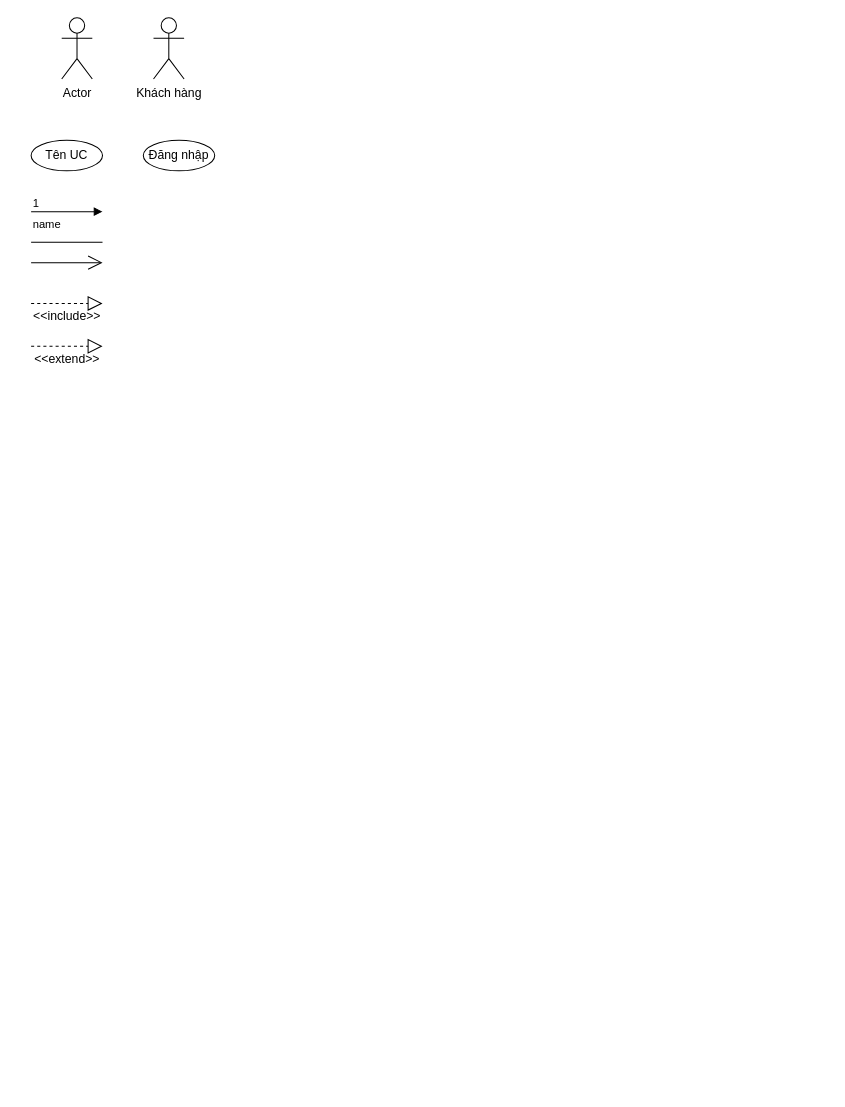
Before: UCdiagram.drawio in duyviet2101/PTTKHT, a draw.io diagram. Source tidied: cells renumbered, new cells numbered last; positions are measured from the earlier drawing's top-left corner, leaving out a move shared by most shapes. Both pictures are drawn from the tidied source at 102%, with x=0, y=0 at pixel (20, 17).
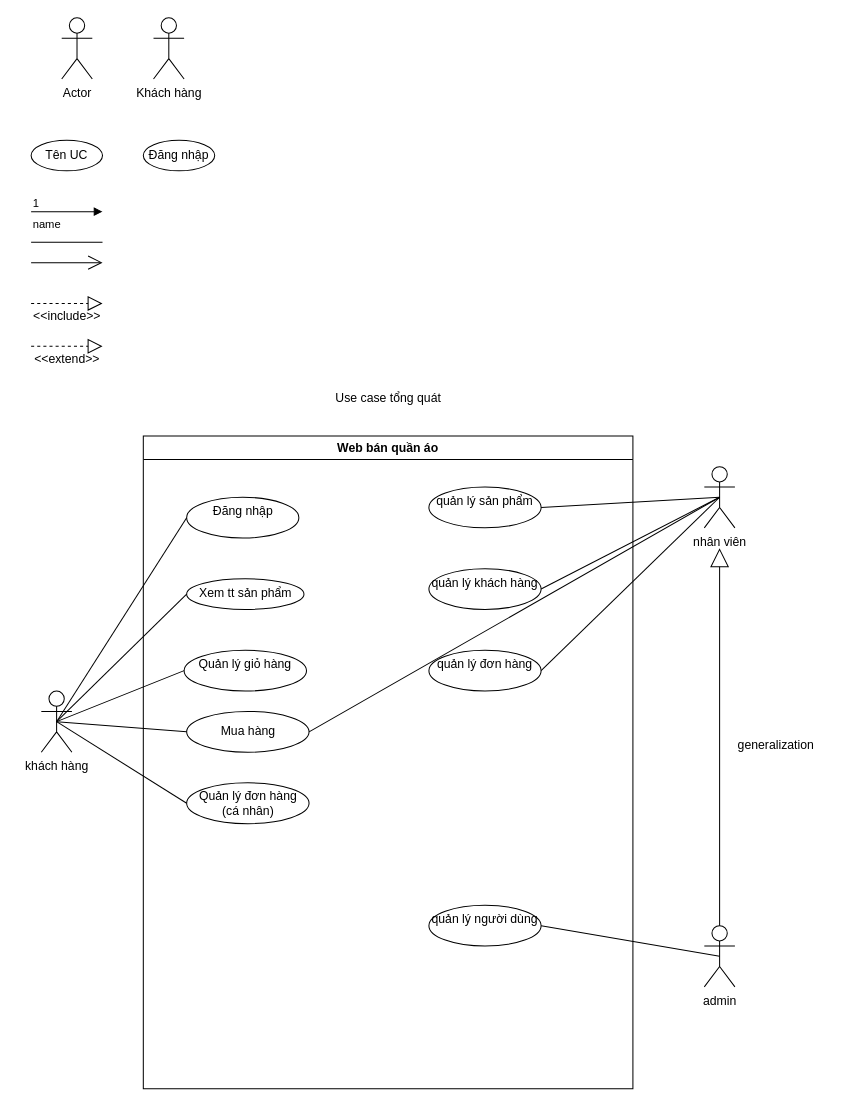
Above is the later version.

What changed in the source:
```diff
@@
+    <mxCell id="14" value="Web bán quần áo" style="swimlane;" parent="1" vertex="1">
+      <mxGeometry x="120" y="410" width="480" height="640" as="geometry" />
+    </mxCell>
+    <mxCell id="15" value="Đăng nhập" style="ellipse;whiteSpace=wrap;html=1;verticalAlign=top;" parent="14" vertex="1">
+      <mxGeometry x="42.5" y="60" width="110" height="40" as="geometry" />
+    </mxCell>
+    <mxCell id="16" value="Xem tt sản phẩm" style="ellipse;whiteSpace=wrap;html=1;verticalAlign=top;" parent="14" vertex="1">
+      <mxGeometry x="42.5" y="140" width="115" height="30" as="geometry" />
+    </mxCell>
+    <mxCell id="17" value="Quản lý giỏ hàng" style="ellipse;whiteSpace=wrap;html=1;verticalAlign=top;" parent="14" vertex="1">
+      <mxGeometry x="40" y="210" width="120" height="40" as="geometry" />
+    </mxCell>
+    <mxCell id="18" value="Mua hàng" style="ellipse;whiteSpace=wrap;html=1;" parent="14" vertex="1">
+      <mxGeometry x="42.5" y="270" width="120" height="40" as="geometry" />
+    </mxCell>
+    <mxCell id="19" value="Quản lý đơn hàng&lt;div&gt;(cá nhân)&lt;/div&gt;" style="ellipse;whiteSpace=wrap;html=1;" parent="14" vertex="1">
+      <mxGeometry x="42.5" y="340" width="120" height="40" as="geometry" />
+    </mxCell>
+    <mxCell id="20" value="quản lý sản phẩm" style="ellipse;whiteSpace=wrap;html=1;verticalAlign=top;" parent="14" vertex="1">
+      <mxGeometry x="280" y="50" width="110" height="40" as="geometry" />
+    </mxCell>
+    <mxCell id="21" value="quản lý khách hàng" style="ellipse;whiteSpace=wrap;html=1;verticalAlign=top;" parent="14" vertex="1">
+      <mxGeometry x="280" y="130" width="110" height="40" as="geometry" />
+    </mxCell>
+    <mxCell id="22" value="quản lý đơn hàng" style="ellipse;whiteSpace=wrap;html=1;verticalAlign=top;" parent="14" vertex="1">
+      <mxGeometry x="280" y="210" width="110" height="40" as="geometry" />
+    </mxCell>
+    <mxCell id="23" value="quản lý người dùng" style="ellipse;whiteSpace=wrap;html=1;verticalAlign=top;" parent="14" vertex="1">
+      <mxGeometry x="280" y="460" width="110" height="40" as="geometry" />
+    </mxCell>
+    <mxCell id="24" value="nhân viên" style="shape=umlActor;verticalLabelPosition=bottom;verticalAlign=top;html=1;outlineConnect=0;" parent="1" vertex="1">
+      <mxGeometry x="670" y="440" width="30" height="60" as="geometry" />
+    </mxCell>
+    <mxCell id="25" value="admin" style="shape=umlActor;verticalLabelPosition=bottom;verticalAlign=top;html=1;outlineConnect=0;" parent="1" vertex="1">
+      <mxGeometry x="670" y="890" width="30" height="60" as="geometry" />
+    </mxCell>
+    <mxCell id="26" value="khách hàng" style="shape=umlActor;verticalLabelPosition=bottom;verticalAlign=top;html=1;outlineConnect=0;" parent="1" vertex="1">
+      <mxGeometry x="20" y="660" width="30" height="60" as="geometry" />
+    </mxCell>
+    <mxCell id="27" value="Use case tổng quát" style="text;html=1;align=center;verticalAlign=middle;strokeColor=none;fillColor=none;" parent="1" vertex="1">
+      <mxGeometry x="295" y="358" width="130" height="30" as="geometry" />
+    </mxCell>
+    <mxCell id="28" style="endArrow=none;html=1;rounded=0;entryX=0;entryY=0.5;entryDx=0;entryDy=0;exitX=0.5;exitY=0.5;exitDx=0;exitDy=0;exitPerimeter=0;" parent="1" edge="1" source="26" target="15">
+      <mxGeometry relative="1" as="geometry" />
+    </mxCell>
+    <mxCell id="29" style="endArrow=none;html=1;rounded=0;entryX=0;entryY=0.5;entryDx=0;entryDy=0;exitX=0.5;exitY=0.5;exitDx=0;exitDy=0;exitPerimeter=0;" parent="1" edge="1" source="26" target="16">
+      <mxGeometry relative="1" as="geometry" />
+    </mxCell>
+    <mxCell id="30" style="endArrow=none;html=1;rounded=0;entryX=0;entryY=0.5;entryDx=0;entryDy=0;exitX=0.5;exitY=0.5;exitDx=0;exitDy=0;exitPerimeter=0;" parent="1" edge="1" source="26" target="17">
+      <mxGeometry relative="1" as="geometry" />
+    </mxCell>
+    <mxCell id="31" style="endArrow=none;html=1;rounded=0;entryX=0;entryY=0.5;entryDx=0;entryDy=0;exitX=0.5;exitY=0.5;exitDx=0;exitDy=0;exitPerimeter=0;" parent="1" edge="1" source="26" target="18">
+      <mxGeometry relative="1" as="geometry" />
+    </mxCell>
+    <mxCell id="32" style="endArrow=none;html=1;rounded=0;entryX=0;entryY=0.5;entryDx=0;entryDy=0;exitX=0.5;exitY=0.5;exitDx=0;exitDy=0;exitPerimeter=0;" parent="1" edge="1" source="26" target="19">
+      <mxGeometry relative="1" as="geometry" />
+    </mxCell>
+    <mxCell id="33" style="endArrow=none;html=1;rounded=0;entryX=0.5;entryY=0.5;entryDx=0;entryDy=0;entryPerimeter=0;exitX=1;exitY=0.5;exitDx=0;exitDy=0;" parent="1" edge="1" source="20" target="24">
+      <mxGeometry relative="1" as="geometry" />
+    </mxCell>
+    <mxCell id="34" style="endArrow=none;html=1;rounded=0;entryX=0.5;entryY=0.5;entryDx=0;entryDy=0;entryPerimeter=0;exitX=1;exitY=0.5;exitDx=0;exitDy=0;" parent="1" edge="1" source="21" target="24">
+      <mxGeometry relative="1" as="geometry" />
+    </mxCell>
+    <mxCell id="35" style="endArrow=none;html=1;rounded=0;entryX=0.5;entryY=0.5;entryDx=0;entryDy=0;entryPerimeter=0;exitX=1;exitY=0.5;exitDx=0;exitDy=0;" parent="1" edge="1" source="22" target="24">
+      <mxGeometry relative="1" as="geometry" />
+    </mxCell>
+    <mxCell id="36" style="endArrow=none;html=1;rounded=0;entryX=0.5;entryY=0.5;entryDx=0;entryDy=0;entryPerimeter=0;exitX=1;exitY=0.5;exitDx=0;exitDy=0;" parent="1" edge="1" source="23" target="25">
+      <mxGeometry relative="1" as="geometry" />
+    </mxCell>
+    <mxCell id="37" style="endArrow=block;endSize=16;endFill=0;html=1;rounded=0;exitX=0.5;exitY=0;exitDx=0;exitDy=0;exitPerimeter=0;" parent="1" edge="1" source="25">
+      <mxGeometry relative="1" as="geometry">
+        <mxPoint x="685" y="520" as="targetPoint" />
+      </mxGeometry>
+    </mxCell>
+    <mxCell id="38" style="endArrow=none;html=1;rounded=0;entryX=0.5;entryY=0.5;entryDx=0;entryDy=0;entryPerimeter=0;exitX=1;exitY=0.5;exitDx=0;exitDy=0;" parent="1" edge="1" source="18" target="24">
+      <mxGeometry relative="1" as="geometry" />
+    </mxCell>
+    <mxCell id="39" value="generalization" style="text;html=1;align=center;verticalAlign=middle;strokeColor=none;fillColor=none;" parent="1" vertex="1">
+      <mxGeometry x="690" y="698" width="100" height="30" as="geometry" />
+    </mxCell>
```
